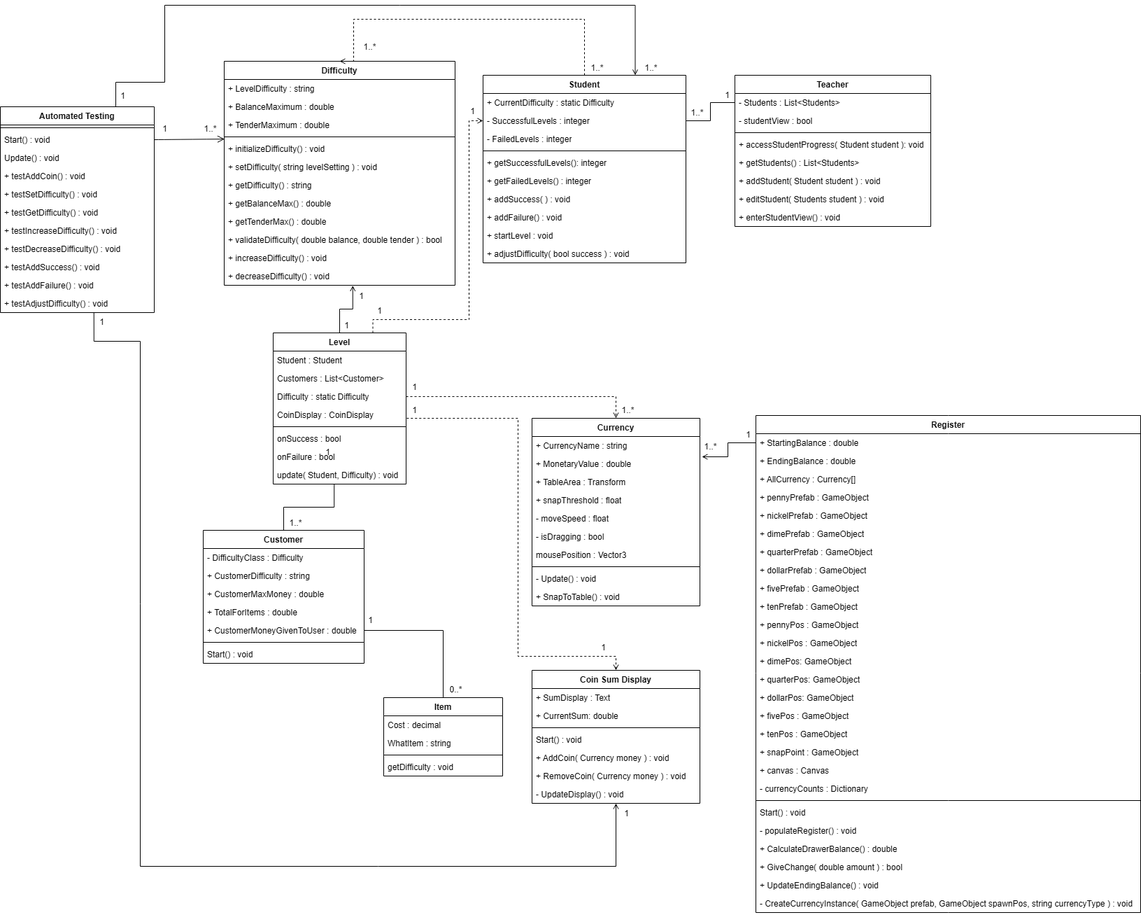
Above: images/D5UMLClassDiagram.png in James-d-Harris/QuickChange (draw.io), before the change. Source tidied: cells renumbered, new cells last; positions are measured from the earlier drawing's top-left corner, leaving out a move shared by most shapes.
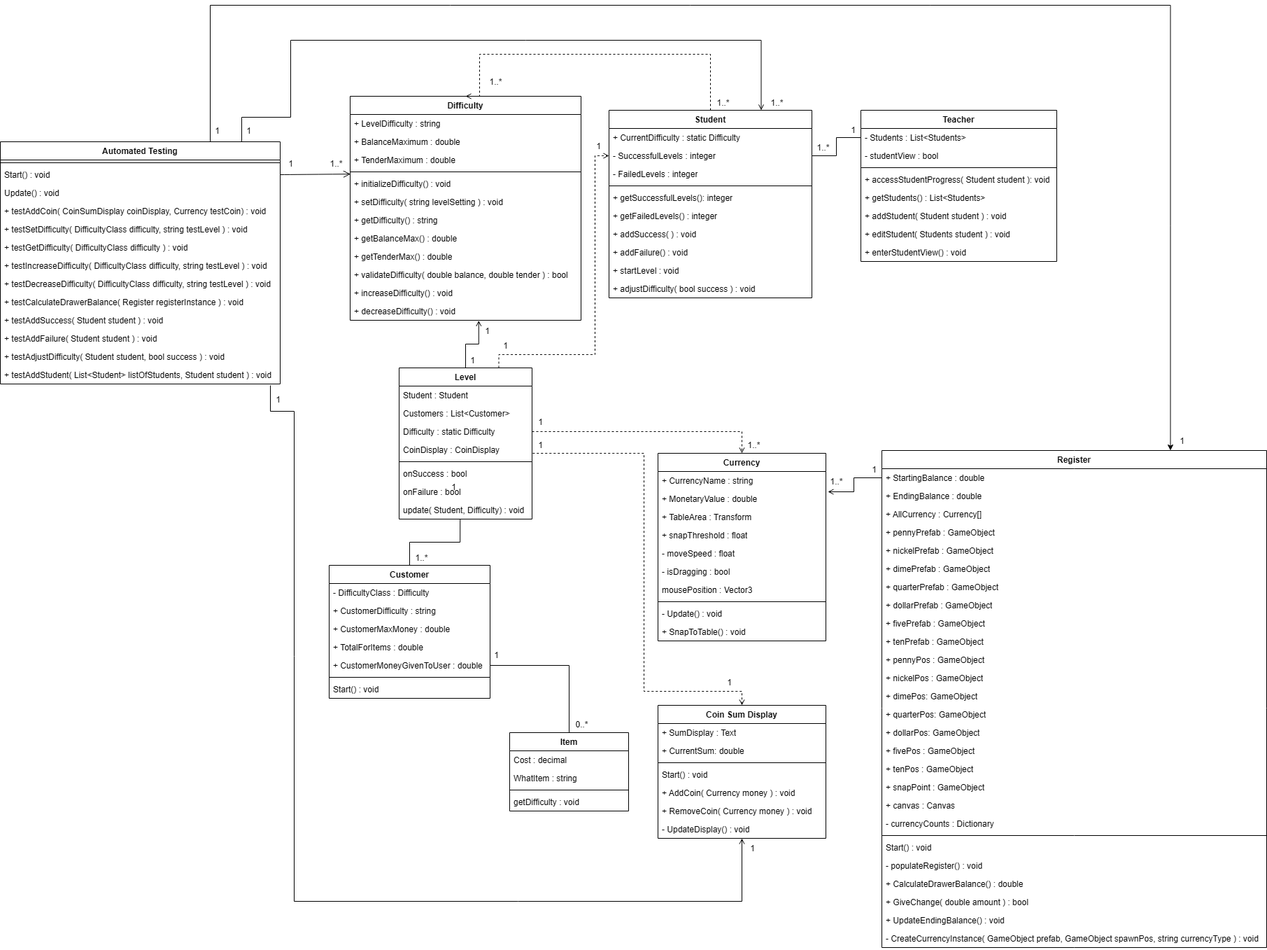
The same diagram one commit later.

The edit, as a diff of the source:
```diff
@@ -407,41 +407,55 @@
     <mxCell id="130" value="1..*" style="text;html=1;align=center;verticalAlign=middle;strokeColor=none;fillColor=none;" parent="1" vertex="1">
       <mxGeometry x="402" y="725" width="40" height="30" as="geometry" />
     </mxCell>
+    <mxCell id="152" style="edgeStyle=orthogonalEdgeStyle;rounded=0;jettySize=auto;html=1;exitX=0.75;exitY=0;exitDx=0;exitDy=0;entryX=0.75;entryY=0;entryDx=0;entryDy=0;" parent="1" edge="1" source="131" target="64">
+      <mxGeometry relative="1" as="geometry">
+        <Array as="points">
+          <mxPoint x="120" y="-50" />
+          <mxPoint x="1493" y="-50" />
+        </Array>
+      </mxGeometry>
+    </mxCell>
     <mxCell id="131" value="Automated Testing" style="swimlane;fontStyle=1;align=center;verticalAlign=top;horizontal=1;startSize=26;whiteSpace=wrap;html=1;" parent="1" vertex="1">
-      <mxGeometry y="145" width="220" height="294" as="geometry" />
+      <mxGeometry x="-180" y="145" width="400" height="346" as="geometry" />
     </mxCell>
     <mxCell id="132" style="line;strokeWidth=1;fillColor=none;align=left;verticalAlign=middle;spacingTop=-1;spacingLeft=3;spacingRight=3;labelPosition=right;strokeColor=inherit;" parent="131" vertex="1">
-      <mxGeometry y="26" width="220" height="8" as="geometry" />
+      <mxGeometry y="26" width="400" height="8" as="geometry" />
     </mxCell>
     <mxCell id="133" value="Start() : void&lt;span style=&quot;white-space: pre;&quot;&gt;&#9;&lt;/span&gt;" style="text;strokeColor=none;fillColor=none;align=left;verticalAlign=top;spacingLeft=4;spacingRight=4;overflow=hidden;points=[[0,0.5],[1,0.5]];portConstraint=eastwest;whiteSpace=wrap;html=1;" parent="131" vertex="1">
-      <mxGeometry y="34" width="220" height="26" as="geometry" />
+      <mxGeometry y="34" width="400" height="26" as="geometry" />
     </mxCell>
     <mxCell id="134" value="Update() : void" style="text;strokeColor=none;fillColor=none;align=left;verticalAlign=top;spacingLeft=4;spacingRight=4;overflow=hidden;whiteSpace=wrap;html=1;" parent="131" vertex="1">
-      <mxGeometry y="60" width="220" height="26" as="geometry" />
+      <mxGeometry y="60" width="400" height="26" as="geometry" />
     </mxCell>
-    <mxCell id="135" value="+ testAddCoin() : void" style="text;strokeColor=none;fillColor=none;align=left;verticalAlign=top;spacingLeft=4;spacingRight=4;overflow=hidden;whiteSpace=wrap;html=1;" parent="131" vertex="1">
-      <mxGeometry y="86" width="220" height="26" as="geometry" />
+    <mxCell id="135" value="+ testAddCoin( CoinSumDisplay coinDisplay, Currency testCoin) : void" style="text;strokeColor=none;fillColor=none;align=left;verticalAlign=top;spacingLeft=4;spacingRight=4;overflow=hidden;whiteSpace=wrap;html=1;" parent="131" vertex="1">
+      <mxGeometry y="86" width="400" height="26" as="geometry" />
     </mxCell>
-    <mxCell id="136" value="+ testSetDifficulty() : void" style="text;strokeColor=none;fillColor=none;align=left;verticalAlign=top;spacingLeft=4;spacingRight=4;overflow=hidden;whiteSpace=wrap;html=1;" parent="131" vertex="1">
-      <mxGeometry y="112" width="220" height="26" as="geometry" />
+    <mxCell id="136" value="+ testSetDifficulty( DifficultyClass difficulty, string testLevel ) : void" style="text;strokeColor=none;fillColor=none;align=left;verticalAlign=top;spacingLeft=4;spacingRight=4;overflow=hidden;whiteSpace=wrap;html=1;" parent="131" vertex="1">
+      <mxGeometry y="112" width="400" height="26" as="geometry" />
     </mxCell>
-    <mxCell id="137" value="+ testGetDifficulty() : void" style="text;strokeColor=none;fillColor=none;align=left;verticalAlign=top;spacingLeft=4;spacingRight=4;overflow=hidden;whiteSpace=wrap;html=1;" parent="131" vertex="1">
-      <mxGeometry y="138" width="220" height="26" as="geometry" />
+    <mxCell id="137" value="+ testGetDifficulty( DifficultyClass difficulty ) : void" style="text;strokeColor=none;fillColor=none;align=left;verticalAlign=top;spacingLeft=4;spacingRight=4;overflow=hidden;whiteSpace=wrap;html=1;" parent="131" vertex="1">
+      <mxGeometry y="138" width="400" height="26" as="geometry" />
     </mxCell>
-    <mxCell id="138" value="+ testIncreaseDifficulty() : void" style="text;strokeColor=none;fillColor=none;align=left;verticalAlign=top;spacingLeft=4;spacingRight=4;overflow=hidden;whiteSpace=wrap;html=1;" parent="131" vertex="1">
-      <mxGeometry y="164" width="220" height="26" as="geometry" />
+    <mxCell id="138" value="+ testIncreaseDifficulty( DifficultyClass difficulty, string testLevel ) : void" style="text;strokeColor=none;fillColor=none;align=left;verticalAlign=top;spacingLeft=4;spacingRight=4;overflow=hidden;whiteSpace=wrap;html=1;" parent="131" vertex="1">
+      <mxGeometry y="164" width="400" height="26" as="geometry" />
     </mxCell>
-    <mxCell id="139" value="+ testDecreaseDifficulty() : void" style="text;strokeColor=none;fillColor=none;align=left;verticalAlign=top;spacingLeft=4;spacingRight=4;overflow=hidden;whiteSpace=wrap;html=1;" parent="131" vertex="1">
-      <mxGeometry y="190" width="220" height="26" as="geometry" />
+    <mxCell id="139" value="+ testDecreaseDifficulty( DifficultyClass difficulty, string testLevel ) : void" style="text;strokeColor=none;fillColor=none;align=left;verticalAlign=top;spacingLeft=4;spacingRight=4;overflow=hidden;whiteSpace=wrap;html=1;" parent="131" vertex="1">
+      <mxGeometry y="190" width="400" height="26" as="geometry" />
     </mxCell>
+    <mxCell id="153" value="+ testCalculateDrawerBalance( Register registerInstance ) : void" style="text;strokeColor=none;fillColor=none;align=left;verticalAlign=top;spacingLeft=4;spacingRight=4;overflow=hidden;whiteSpace=wrap;html=1;" parent="131" vertex="1">
+      <mxGeometry y="216" width="400" height="26" as="geometry" />
+    </mxCell>
-    <mxCell id="140" value="+ testAddSuccess() : void" style="text;strokeColor=none;fillColor=none;align=left;verticalAlign=top;spacingLeft=4;spacingRight=4;overflow=hidden;whiteSpace=wrap;html=1;" parent="131" vertex="1">
-      <mxGeometry y="216" width="220" height="26" as="geometry" />
+    <mxCell id="140" value="+ testAddSuccess( Student student ) : void" style="text;strokeColor=none;fillColor=none;align=left;verticalAlign=top;spacingLeft=4;spacingRight=4;overflow=hidden;whiteSpace=wrap;html=1;" parent="131" vertex="1">
+      <mxGeometry y="242" width="400" height="26" as="geometry" />
     </mxCell>
-    <mxCell id="141" value="+ testAddFailure() : void" style="text;strokeColor=none;fillColor=none;align=left;verticalAlign=top;spacingLeft=4;spacingRight=4;overflow=hidden;whiteSpace=wrap;html=1;" parent="131" vertex="1">
-      <mxGeometry y="242" width="220" height="26" as="geometry" />
+    <mxCell id="141" value="+ testAddFailure( Student student ) : void" style="text;strokeColor=none;fillColor=none;align=left;verticalAlign=top;spacingLeft=4;spacingRight=4;overflow=hidden;whiteSpace=wrap;html=1;" parent="131" vertex="1">
+      <mxGeometry y="268" width="400" height="26" as="geometry" />
     </mxCell>
+    <mxCell id="154" value="+ testAdjustDifficulty( Student student, bool success ) : void" style="text;strokeColor=none;fillColor=none;align=left;verticalAlign=top;spacingLeft=4;spacingRight=4;overflow=hidden;whiteSpace=wrap;html=1;" parent="131" vertex="1">
+      <mxGeometry y="294" width="400" height="26" as="geometry" />
+    </mxCell>
-    <mxCell id="142" value="+ testAdjustDifficulty() : void" style="text;strokeColor=none;fillColor=none;align=left;verticalAlign=top;spacingLeft=4;spacingRight=4;overflow=hidden;points=[[0,0.5],[1,0.5]];portConstraint=eastwest;whiteSpace=wrap;html=1;" parent="131" vertex="1">
-      <mxGeometry y="268" width="220" height="26" as="geometry" />
+    <mxCell id="142" value="+ testAddStudent( List&amp;lt;Student&amp;gt; listOfStudents, Student student ) : void&amp;nbsp;" style="text;strokeColor=none;fillColor=none;align=left;verticalAlign=top;spacingLeft=4;spacingRight=4;overflow=hidden;points=[[0,0.5],[1,0.5]];portConstraint=eastwest;whiteSpace=wrap;html=1;" parent="131" vertex="1">
+      <mxGeometry y="320" width="400" height="26" as="geometry" />
     </mxCell>
     <mxCell id="143" style="edgeStyle=none;curved=1;rounded=0;jettySize=auto;html=1;exitX=1;exitY=0.5;exitDx=0;exitDy=0;fontSize=12;startSize=8;endSize=8;endArrow=open;endFill=0;entryX=1.013;entryY=0.972;entryDx=0;entryDy=0;entryPerimeter=0;" parent="1" edge="1" source="133" target="144">
       <mxGeometry relative="1" as="geometry" />
@@ -468,21 +482,27 @@
     <mxCell id="148" value="1..*" style="text;html=1;align=center;verticalAlign=middle;strokeColor=none;fillColor=none;" parent="1" vertex="1">
       <mxGeometry x="910" y="75" width="40" height="30" as="geometry" />
     </mxCell>
-    <mxCell id="149" style="edgeStyle=orthogonalEdgeStyle;rounded=0;jettySize=auto;html=1;entryX=0.608;entryY=0.98;entryDx=0;entryDy=0;endArrow=none;endFill=0;startArrow=open;startFill=0;exitX=0.5;exitY=1;exitDx=0;exitDy=0;entryPerimeter=0;" parent="1" edge="1" source="45" target="142">
+    <mxCell id="149" style="edgeStyle=orthogonalEdgeStyle;rounded=0;jettySize=auto;html=1;endArrow=none;endFill=0;startArrow=open;startFill=0;exitX=0.5;exitY=1;exitDx=0;exitDy=0;entryX=0.965;entryY=1.077;entryDx=0;entryDy=0;entryPerimeter=0;" parent="1" edge="1" source="45" target="142">
       <mxGeometry relative="1" as="geometry">
         <Array as="points">
           <mxPoint x="880" y="1230" />
-          <mxPoint x="200" y="1230" />
-          <mxPoint x="200" y="480" />
-          <mxPoint x="134" y="480" />
+          <mxPoint x="240" y="1230" />
+          <mxPoint x="240" y="530" />
+          <mxPoint x="206" y="530" />
         </Array>
       </mxGeometry>
     </mxCell>
     <mxCell id="150" value="1" style="text;html=1;align=center;verticalAlign=middle;strokeColor=none;fillColor=none;" parent="1" vertex="1">
-      <mxGeometry x="130" y="438" width="30" height="30" as="geometry" />
+      <mxGeometry x="202" y="499" width="30" height="30" as="geometry" />
     </mxCell>
     <mxCell id="151" value="1" style="text;html=1;align=center;verticalAlign=middle;strokeColor=none;fillColor=none;" parent="1" vertex="1">
       <mxGeometry x="880" y="1140" width="30" height="30" as="geometry" />
     </mxCell>
+    <mxCell id="155" value="1" style="text;html=1;align=center;verticalAlign=middle;strokeColor=none;fillColor=none;" parent="1" vertex="1">
+      <mxGeometry x="115" y="115" width="30" height="30" as="geometry" />
+    </mxCell>
+    <mxCell id="156" value="1" style="text;html=1;align=center;verticalAlign=middle;strokeColor=none;fillColor=none;" parent="1" vertex="1">
+      <mxGeometry x="1494" y="558" width="30" height="30" as="geometry" />
+    </mxCell>
   </root>
 </mxGraphModel>
```
